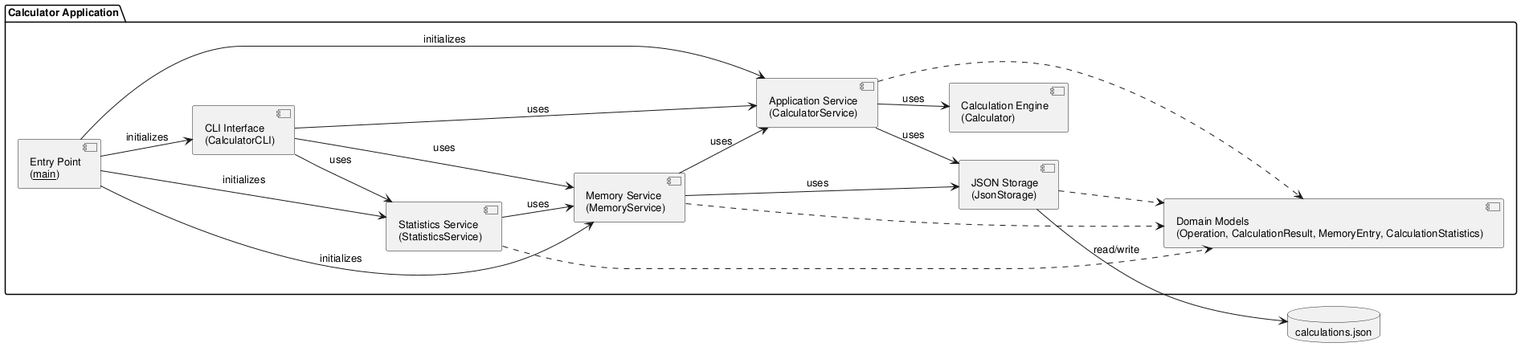
Above: experiments/supervisor_as_tools/user_stories/calculator/artifacts/component_diagram.png in DanielRiha8906/Software_autoevolution_using_agents (PlantUML), before the change. Its diagram source:
```plantuml
@startuml component_diagram

skinparam componentStyle uml2
skinparam defaultFontSize 13
left to right direction

package "Calculator Application" {

    component "Entry Point\n(__main__)" as Main
    component "CLI Interface\n(CalculatorCLI)" as CLI
    component "Application Service\n(CalculatorService)" as Service
    component "Memory Service\n(MemoryService)" as MemService
    component "Statistics Service\n(StatisticsService)" as StatService
    component "Calculation Engine\n(Calculator)" as Calc
    component "JSON Storage\n(JsonStorage)" as Store
    component "Domain Models\n(Operation, CalculationResult, MemoryEntry, CalculationStatistics)" as Models

    Main --> CLI : initializes
    Main --> Service : initializes
    Main --> MemService : initializes
    Main --> StatService : initializes

    CLI --> Service : uses
    CLI --> MemService : uses
    CLI --> StatService : uses
    Service --> Calc : uses
    Service --> Store : uses
    MemService --> Service : uses
    MemService --> Store : uses
    StatService --> MemService : uses

    Service ..> Models
    MemService ..> Models
    StatService ..> Models
    Store ..> Models
}

database "calculations.json" as DB

Store --> DB : read/write

@enduml
```
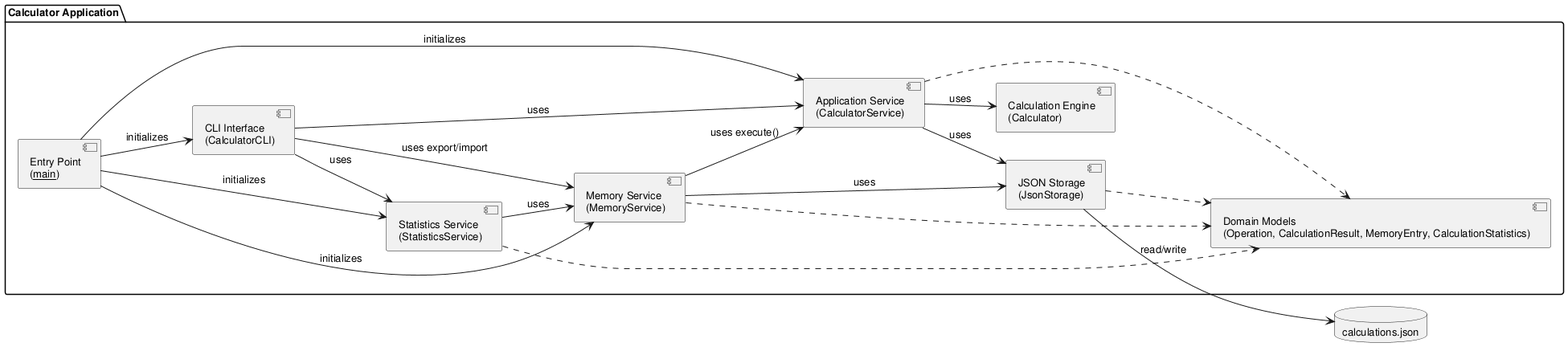
The same diagram one commit later.

Change to the diagram source:
```diff
@@ -21,11 +21,11 @@
     Main --> StatService : initializes
 
     CLI --> Service : uses
-    CLI --> MemService : uses
+    CLI --> MemService : uses export/import
     CLI --> StatService : uses
     Service --> Calc : uses
     Service --> Store : uses
-    MemService --> Service : uses
+    MemService --> Service : uses execute()
     MemService --> Store : uses
     StatService --> MemService : uses
 
```
